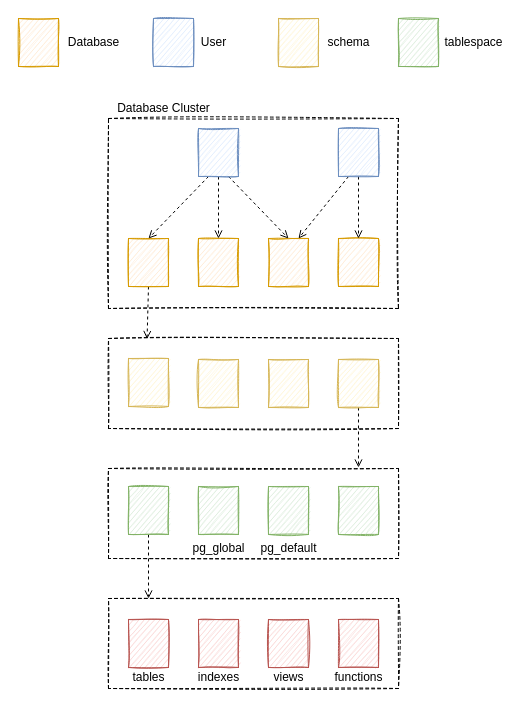
dovics/draw.io keeps this draw.io diagram as page "Page-1" (1 of 3) of postgresql/store.drawio. Above is the earlier version. Source tidied: cells renumbered, new cells numbered last; positions are measured from the earlier drawing's top-left corner, leaving out a move shared by most shapes. Both pictures are drawn from the tidied source at 100%, with x=0, y=0 at pixel (18, 18).
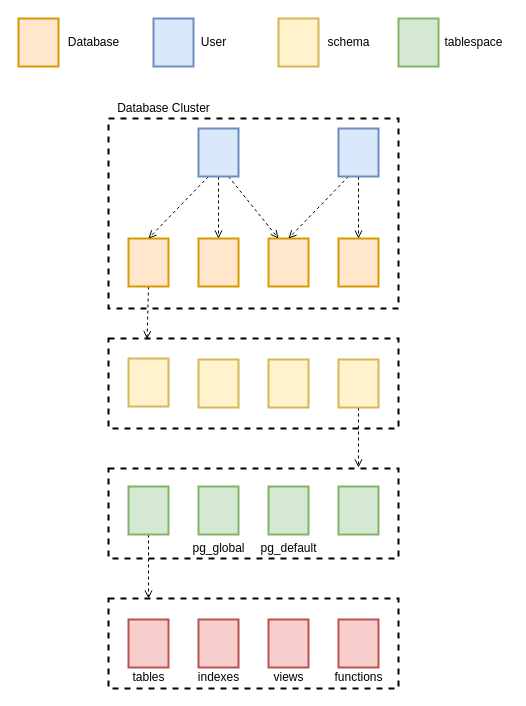
Above is the later version.

Change to the diagram source:
```diff
@@
-    <mxCell id="2" style="rounded=0;whiteSpace=wrap;html=1;sketch=1;fontSize=16;fillColor=none;dashed=1;" parent="1" vertex="1">
+    <mxCell id="2" style="rounded=0;whiteSpace=wrap;html=1;sketch=0;fontSize=16;fillColor=none;dashed=1;strokeWidth=2;" parent="1" vertex="1">
       <mxGeometry x="90" y="100" width="290" height="190" as="geometry" />
     </mxCell>
-    <mxCell id="3" style="edgeStyle=none;rounded=0;jettySize=auto;html=1;exitX=0.5;exitY=1;exitDx=0;exitDy=0;entryX=0.133;entryY=0.006;entryDx=0;entryDy=0;entryPerimeter=0;dashed=1;endArrow=open;endFill=0;" parent="1" edge="1" source="4" target="20">
+    <mxCell id="3" style="edgeStyle=none;rounded=0;jettySize=auto;html=1;exitX=0.5;exitY=1;exitDx=0;exitDy=0;entryX=0.133;entryY=0.006;entryDx=0;entryDy=0;entryPerimeter=0;dashed=1;endArrow=open;endFill=0;sketch=0;strokeWidth=1;" parent="1" edge="1" source="4" target="20">
       <mxGeometry relative="1" as="geometry" />
     </mxCell>
-    <mxCell id="4" style="rounded=0;whiteSpace=wrap;html=1;sketch=1;fontSize=16;fillColor=#ffe6cc;strokeColor=#d79b00;" parent="1" vertex="1">
+    <mxCell id="4" style="rounded=0;whiteSpace=wrap;html=1;sketch=0;fontSize=16;fillColor=#ffe6cc;strokeColor=#d79b00;strokeWidth=2;" parent="1" vertex="1">
       <mxGeometry x="110" y="220" width="40" height="48" as="geometry" />
     </mxCell>
-    <mxCell id="5" style="rounded=0;whiteSpace=wrap;html=1;sketch=1;fontSize=16;fillColor=#ffe6cc;strokeColor=#d79b00;" parent="1" vertex="1">
+    <mxCell id="5" style="rounded=0;whiteSpace=wrap;html=1;sketch=0;fontSize=16;fillColor=#ffe6cc;strokeColor=#d79b00;strokeWidth=2;" parent="1" vertex="1">
       <mxGeometry x="180" y="220" width="40" height="48" as="geometry" />
     </mxCell>
-    <mxCell id="6" style="rounded=0;whiteSpace=wrap;html=1;sketch=1;fontSize=16;fillColor=#ffe6cc;strokeColor=#d79b00;" parent="1" vertex="1">
+    <mxCell id="6" style="rounded=0;whiteSpace=wrap;html=1;sketch=0;fontSize=16;fillColor=#ffe6cc;strokeColor=#d79b00;strokeWidth=2;" parent="1" vertex="1">
       <mxGeometry x="250" y="220" width="40" height="48" as="geometry" />
     </mxCell>
-    <mxCell id="7" style="rounded=0;whiteSpace=wrap;html=1;sketch=1;fontSize=16;fillColor=#ffe6cc;strokeColor=#d79b00;" parent="1" vertex="1">
+    <mxCell id="7" style="rounded=0;whiteSpace=wrap;html=1;sketch=0;fontSize=16;fillColor=#ffe6cc;strokeColor=#d79b00;strokeWidth=2;" parent="1" vertex="1">
       <mxGeometry x="320" y="220" width="40" height="48" as="geometry" />
     </mxCell>
-    <mxCell id="8" style="rounded=0;jettySize=auto;html=1;exitX=0.25;exitY=1;exitDx=0;exitDy=0;entryX=0.5;entryY=0;entryDx=0;entryDy=0;dashed=1;endArrow=open;endFill=0;" parent="1" edge="1" source="11" target="4">
+    <mxCell id="8" style="rounded=0;jettySize=auto;html=1;exitX=0.25;exitY=1;exitDx=0;exitDy=0;entryX=0.5;entryY=0;entryDx=0;entryDy=0;dashed=1;endArrow=open;endFill=0;sketch=0;strokeWidth=1;" parent="1" edge="1" source="11" target="4">
       <mxGeometry relative="1" as="geometry" />
     </mxCell>
-    <mxCell id="9" style="edgeStyle=none;rounded=0;jettySize=auto;html=1;exitX=0.5;exitY=1;exitDx=0;exitDy=0;entryX=0.5;entryY=0;entryDx=0;entryDy=0;dashed=1;endArrow=open;endFill=0;" parent="1" edge="1" source="11" target="5">
+    <mxCell id="9" style="edgeStyle=none;rounded=0;jettySize=auto;html=1;exitX=0.5;exitY=1;exitDx=0;exitDy=0;entryX=0.5;entryY=0;entryDx=0;entryDy=0;dashed=1;endArrow=open;endFill=0;sketch=0;strokeWidth=1;" parent="1" edge="1" source="11" target="5">
       <mxGeometry relative="1" as="geometry" />
     </mxCell>
-    <mxCell id="10" style="edgeStyle=none;rounded=0;jettySize=auto;html=1;exitX=0.75;exitY=1;exitDx=0;exitDy=0;entryX=0.5;entryY=0;entryDx=0;entryDy=0;dashed=1;endArrow=open;endFill=0;" parent="1" edge="1" source="11" target="6">
+    <mxCell id="10" style="edgeStyle=none;rounded=0;jettySize=auto;html=1;exitX=0.75;exitY=1;exitDx=0;exitDy=0;entryX=0.25;entryY=0;entryDx=0;entryDy=0;dashed=1;endArrow=open;endFill=0;sketch=0;strokeWidth=1;" parent="1" edge="1" source="11" target="6">
       <mxGeometry relative="1" as="geometry" />
     </mxCell>
-    <mxCell id="11" style="rounded=0;whiteSpace=wrap;html=1;sketch=1;fontSize=16;fillColor=#dae8fc;strokeColor=#6c8ebf;" parent="1" vertex="1">
+    <mxCell id="11" style="rounded=0;whiteSpace=wrap;html=1;sketch=0;fontSize=16;fillColor=#dae8fc;strokeColor=#6c8ebf;strokeWidth=2;" parent="1" vertex="1">
       <mxGeometry x="180" y="110" width="40" height="48" as="geometry" />
     </mxCell>
-    <mxCell id="12" style="edgeStyle=none;rounded=0;jettySize=auto;html=1;exitX=0.5;exitY=1;exitDx=0;exitDy=0;entryX=0.5;entryY=0;entryDx=0;entryDy=0;dashed=1;endArrow=open;endFill=0;" parent="1" edge="1" source="14" target="7">
+    <mxCell id="12" style="edgeStyle=none;rounded=0;jettySize=auto;html=1;exitX=0.5;exitY=1;exitDx=0;exitDy=0;entryX=0.5;entryY=0;entryDx=0;entryDy=0;dashed=1;endArrow=open;endFill=0;sketch=0;strokeWidth=1;" parent="1" edge="1" source="14" target="7">
       <mxGeometry relative="1" as="geometry" />
     </mxCell>
-    <mxCell id="13" style="edgeStyle=none;rounded=0;jettySize=auto;html=1;exitX=0.25;exitY=1;exitDx=0;exitDy=0;entryX=0.75;entryY=0;entryDx=0;entryDy=0;dashed=1;endArrow=open;endFill=0;" parent="1" edge="1" source="14" target="6">
+    <mxCell id="13" style="edgeStyle=none;rounded=0;jettySize=auto;html=1;exitX=0.25;exitY=1;exitDx=0;exitDy=0;entryX=0.5;entryY=0;entryDx=0;entryDy=0;dashed=1;endArrow=open;endFill=0;sketch=0;strokeWidth=1;" parent="1" edge="1" source="14" target="6">
       <mxGeometry relative="1" as="geometry" />
     </mxCell>
-    <mxCell id="14" style="rounded=0;whiteSpace=wrap;html=1;sketch=1;fontSize=16;fillColor=#dae8fc;strokeColor=#6c8ebf;" parent="1" vertex="1">
+    <mxCell id="14" style="rounded=0;whiteSpace=wrap;html=1;sketch=0;fontSize=16;fillColor=#dae8fc;strokeColor=#6c8ebf;strokeWidth=2;" parent="1" vertex="1">
       <mxGeometry x="320" y="110" width="40" height="48" as="geometry" />
     </mxCell>
-    <mxCell id="15" value="Database Cluster" style="text;html=1;align=center;verticalAlign=middle;strokeColor=none;" parent="1" vertex="1">
+    <mxCell id="15" value="Database Cluster" style="text;html=1;align=center;verticalAlign=middle;strokeColor=none;sketch=0;strokeWidth=2;" parent="1" vertex="1">
       <mxGeometry x="90" y="80" width="110" height="20" as="geometry" />
     </mxCell>
-    <mxCell id="16" style="rounded=0;whiteSpace=wrap;html=1;sketch=1;fontSize=16;fillColor=#ffe6cc;strokeColor=#d79b00;" parent="1" vertex="1">
+    <mxCell id="16" style="rounded=0;whiteSpace=wrap;html=1;sketch=0;fontSize=16;fillColor=#ffe6cc;strokeColor=#d79b00;strokeWidth=2;" parent="1" vertex="1">
       <mxGeometry width="40" height="48" as="geometry" />
     </mxCell>
-    <mxCell id="17" value="Database" style="text;html=1;align=center;verticalAlign=middle;strokeColor=none;" parent="1" vertex="1">
+    <mxCell id="17" value="Database" style="text;html=1;align=center;verticalAlign=middle;strokeColor=none;sketch=0;strokeWidth=2;" parent="1" vertex="1">
       <mxGeometry x="40" y="14" width="70" height="20" as="geometry" />
     </mxCell>
-    <mxCell id="18" style="rounded=0;whiteSpace=wrap;html=1;sketch=1;fontSize=16;fillColor=#dae8fc;strokeColor=#6c8ebf;" parent="1" vertex="1">
+    <mxCell id="18" style="rounded=0;whiteSpace=wrap;html=1;sketch=0;fontSize=16;fillColor=#dae8fc;strokeColor=#6c8ebf;strokeWidth=2;" parent="1" vertex="1">
       <mxGeometry x="135" width="40" height="48" as="geometry" />
     </mxCell>
-    <mxCell id="19" value="User" style="text;html=1;align=center;verticalAlign=middle;strokeColor=none;" parent="1" vertex="1">
+    <mxCell id="19" value="User" style="text;html=1;align=center;verticalAlign=middle;strokeColor=none;sketch=0;strokeWidth=2;" parent="1" vertex="1">
       <mxGeometry x="175" y="14" width="40" height="20" as="geometry" />
     </mxCell>
-    <mxCell id="20" style="rounded=0;whiteSpace=wrap;html=1;sketch=1;fontSize=16;dashed=1;fillColor=none;" parent="1" vertex="1">
+    <mxCell id="20" style="rounded=0;whiteSpace=wrap;html=1;sketch=0;fontSize=16;dashed=1;fillColor=none;strokeWidth=2;" parent="1" vertex="1">
       <mxGeometry x="90" y="320" width="290" height="90" as="geometry" />
     </mxCell>
-    <mxCell id="21" style="rounded=0;whiteSpace=wrap;html=1;sketch=1;fontSize=16;fillColor=#fff2cc;strokeColor=#d6b656;" parent="1" vertex="1">
+    <mxCell id="21" style="rounded=0;whiteSpace=wrap;html=1;sketch=0;fontSize=16;fillColor=#fff2cc;strokeColor=#d6b656;strokeWidth=2;" parent="1" vertex="1">
       <mxGeometry x="260" width="40" height="48" as="geometry" />
     </mxCell>
-    <mxCell id="22" style="rounded=0;whiteSpace=wrap;html=1;sketch=1;fontSize=16;fillColor=#fff2cc;strokeColor=#d6b656;" parent="1" vertex="1">
+    <mxCell id="22" style="rounded=0;whiteSpace=wrap;html=1;sketch=0;fontSize=16;fillColor=#fff2cc;strokeColor=#d6b656;strokeWidth=2;" parent="1" vertex="1">
       <mxGeometry x="110" y="340" width="40" height="48" as="geometry" />
     </mxCell>
-    <mxCell id="23" value="schema" style="text;html=1;align=center;verticalAlign=middle;strokeColor=none;" parent="1" vertex="1">
+    <mxCell id="23" value="schema" style="text;html=1;align=center;verticalAlign=middle;strokeColor=none;sketch=0;strokeWidth=2;" parent="1" vertex="1">
       <mxGeometry x="300" y="14" width="60" height="20" as="geometry" />
     </mxCell>
-    <mxCell id="24" style="rounded=0;whiteSpace=wrap;html=1;sketch=1;fontSize=16;fillColor=#fff2cc;strokeColor=#d6b656;" parent="1" vertex="1">
+    <mxCell id="24" style="rounded=0;whiteSpace=wrap;html=1;sketch=0;fontSize=16;fillColor=#fff2cc;strokeColor=#d6b656;strokeWidth=2;" parent="1" vertex="1">
       <mxGeometry x="180" y="341" width="40" height="48" as="geometry" />
     </mxCell>
-    <mxCell id="25" style="rounded=0;whiteSpace=wrap;html=1;sketch=1;fontSize=16;fillColor=#fff2cc;strokeColor=#d6b656;" parent="1" vertex="1">
+    <mxCell id="25" style="rounded=0;whiteSpace=wrap;html=1;sketch=0;fontSize=16;fillColor=#fff2cc;strokeColor=#d6b656;strokeWidth=2;" parent="1" vertex="1">
       <mxGeometry x="250" y="341" width="40" height="48" as="geometry" />
     </mxCell>
-    <mxCell id="26" style="edgeStyle=none;rounded=0;jettySize=auto;html=1;exitX=0.5;exitY=1;exitDx=0;exitDy=0;entryX=0.862;entryY=-0.011;entryDx=0;entryDy=0;entryPerimeter=0;dashed=1;endArrow=open;endFill=0;" parent="1" edge="1" source="27" target="28">
+    <mxCell id="26" style="edgeStyle=none;rounded=0;jettySize=auto;html=1;exitX=0.5;exitY=1;exitDx=0;exitDy=0;entryX=0.862;entryY=-0.011;entryDx=0;entryDy=0;entryPerimeter=0;dashed=1;endArrow=open;endFill=0;sketch=0;strokeWidth=1;" parent="1" edge="1" source="27" target="28">
       <mxGeometry relative="1" as="geometry" />
     </mxCell>
-    <mxCell id="27" style="rounded=0;whiteSpace=wrap;html=1;sketch=1;fontSize=16;fillColor=#fff2cc;strokeColor=#d6b656;" parent="1" vertex="1">
+    <mxCell id="27" style="rounded=0;whiteSpace=wrap;html=1;sketch=0;fontSize=16;fillColor=#fff2cc;strokeColor=#d6b656;strokeWidth=2;" parent="1" vertex="1">
       <mxGeometry x="320" y="341" width="40" height="48" as="geometry" />
     </mxCell>
-    <mxCell id="28" style="rounded=0;whiteSpace=wrap;html=1;sketch=1;fontSize=16;dashed=1;fillColor=none;" parent="1" vertex="1">
+    <mxCell id="28" style="rounded=0;whiteSpace=wrap;html=1;sketch=0;fontSize=16;dashed=1;fillColor=none;strokeWidth=2;" parent="1" vertex="1">
       <mxGeometry x="90" y="450" width="290" height="90" as="geometry" />
     </mxCell>
-    <mxCell id="29" style="edgeStyle=none;rounded=0;jettySize=auto;html=1;exitX=0.5;exitY=1;exitDx=0;exitDy=0;entryX=0.138;entryY=0;entryDx=0;entryDy=0;entryPerimeter=0;dashed=1;endArrow=open;endFill=0;" parent="1" edge="1" source="30" target="38">
+    <mxCell id="29" style="edgeStyle=none;rounded=0;jettySize=auto;html=1;exitX=0.5;exitY=1;exitDx=0;exitDy=0;entryX=0.138;entryY=0;entryDx=0;entryDy=0;entryPerimeter=0;dashed=1;endArrow=open;endFill=0;sketch=0;strokeWidth=1;" parent="1" edge="1" source="30" target="38">
       <mxGeometry relative="1" as="geometry" />
     </mxCell>
-    <mxCell id="30" style="rounded=0;whiteSpace=wrap;html=1;sketch=1;fontSize=16;fillColor=#d5e8d4;strokeColor=#82b366;" parent="1" vertex="1">
+    <mxCell id="30" style="rounded=0;whiteSpace=wrap;html=1;sketch=0;fontSize=16;fillColor=#d5e8d4;strokeColor=#82b366;strokeWidth=2;" parent="1" vertex="1">
       <mxGeometry x="110" y="468" width="40" height="48" as="geometry" />
     </mxCell>
-    <mxCell id="31" style="rounded=0;whiteSpace=wrap;html=1;sketch=1;fontSize=16;fillColor=#d5e8d4;strokeColor=#82b366;" parent="1" vertex="1">
+    <mxCell id="31" style="rounded=0;whiteSpace=wrap;html=1;sketch=0;fontSize=16;fillColor=#d5e8d4;strokeColor=#82b366;strokeWidth=2;" parent="1" vertex="1">
       <mxGeometry x="180" y="468" width="40" height="48" as="geometry" />
     </mxCell>
-    <mxCell id="32" style="rounded=0;whiteSpace=wrap;html=1;sketch=1;fontSize=16;fillColor=#d5e8d4;strokeColor=#82b366;" parent="1" vertex="1">
+    <mxCell id="32" style="rounded=0;whiteSpace=wrap;html=1;sketch=0;fontSize=16;fillColor=#d5e8d4;strokeColor=#82b366;strokeWidth=2;" parent="1" vertex="1">
       <mxGeometry x="250" y="468" width="40" height="48" as="geometry" />
     </mxCell>
-    <mxCell id="33" style="rounded=0;whiteSpace=wrap;html=1;sketch=1;fontSize=16;fillColor=#d5e8d4;strokeColor=#82b366;" parent="1" vertex="1">
+    <mxCell id="33" style="rounded=0;whiteSpace=wrap;html=1;sketch=0;fontSize=16;fillColor=#d5e8d4;strokeColor=#82b366;strokeWidth=2;" parent="1" vertex="1">
       <mxGeometry x="320" y="468" width="40" height="48" as="geometry" />
     </mxCell>
-    <mxCell id="34" value="pg_default" style="text;html=1;align=center;verticalAlign=middle;strokeColor=none;" parent="1" vertex="1">
+    <mxCell id="34" value="pg_default" style="text;html=1;align=center;verticalAlign=middle;strokeColor=none;sketch=0;strokeWidth=2;" parent="1" vertex="1">
       <mxGeometry x="235" y="520" width="70" height="20" as="geometry" />
     </mxCell>
-    <mxCell id="35" value="pg_global" style="text;html=1;align=center;verticalAlign=middle;strokeColor=none;" parent="1" vertex="1">
+    <mxCell id="35" value="pg_global" style="text;html=1;align=center;verticalAlign=middle;strokeColor=none;sketch=0;strokeWidth=2;" parent="1" vertex="1">
       <mxGeometry x="165" y="520" width="70" height="20" as="geometry" />
     </mxCell>
-    <mxCell id="36" style="rounded=0;whiteSpace=wrap;html=1;sketch=1;fontSize=16;fillColor=#d5e8d4;strokeColor=#82b366;" parent="1" vertex="1">
+    <mxCell id="36" style="rounded=0;whiteSpace=wrap;html=1;sketch=0;fontSize=16;fillColor=#d5e8d4;strokeColor=#82b366;strokeWidth=2;" parent="1" vertex="1">
       <mxGeometry x="380" width="40" height="48" as="geometry" />
     </mxCell>
-    <mxCell id="37" value="tablespace" style="text;html=1;align=center;verticalAlign=middle;strokeColor=none;" parent="1" vertex="1">
+    <mxCell id="37" value="tablespace" style="text;html=1;align=center;verticalAlign=middle;strokeColor=none;sketch=0;strokeWidth=2;" parent="1" vertex="1">
       <mxGeometry x="420" y="14" width="70" height="20" as="geometry" />
     </mxCell>
-    <mxCell id="38" style="rounded=0;whiteSpace=wrap;html=1;sketch=1;fontSize=16;fillColor=none;dashed=1;" parent="1" vertex="1">
+    <mxCell id="38" style="rounded=0;whiteSpace=wrap;html=1;sketch=0;fontSize=16;fillColor=none;dashed=1;strokeWidth=2;" parent="1" vertex="1">
       <mxGeometry x="90" y="580" width="290" height="90" as="geometry" />
     </mxCell>
-    <mxCell id="39" style="rounded=0;whiteSpace=wrap;html=1;sketch=1;fontSize=16;fillColor=#f8cecc;strokeColor=#b85450;" parent="1" vertex="1">
+    <mxCell id="39" style="rounded=0;whiteSpace=wrap;html=1;sketch=0;fontSize=16;fillColor=#f8cecc;strokeColor=#b85450;strokeWidth=2;" parent="1" vertex="1">
       <mxGeometry x="110" y="601" width="40" height="48" as="geometry" />
     </mxCell>
-    <mxCell id="40" style="rounded=0;whiteSpace=wrap;html=1;sketch=1;fontSize=16;fillColor=#f8cecc;strokeColor=#b85450;" parent="1" vertex="1">
+    <mxCell id="40" style="rounded=0;whiteSpace=wrap;html=1;sketch=0;fontSize=16;fillColor=#f8cecc;strokeColor=#b85450;strokeWidth=2;" parent="1" vertex="1">
       <mxGeometry x="180" y="601" width="40" height="48" as="geometry" />
     </mxCell>
-    <mxCell id="41" style="rounded=0;whiteSpace=wrap;html=1;sketch=1;fontSize=16;fillColor=#f8cecc;strokeColor=#b85450;" parent="1" vertex="1">
+    <mxCell id="41" style="rounded=0;whiteSpace=wrap;html=1;sketch=0;fontSize=16;fillColor=#f8cecc;strokeColor=#b85450;strokeWidth=2;" parent="1" vertex="1">
       <mxGeometry x="250" y="601" width="40" height="48" as="geometry" />
     </mxCell>
-    <mxCell id="42" style="rounded=0;whiteSpace=wrap;html=1;sketch=1;fontSize=16;fillColor=#f8cecc;strokeColor=#b85450;" parent="1" vertex="1">
+    <mxCell id="42" style="rounded=0;whiteSpace=wrap;html=1;sketch=0;fontSize=16;fillColor=#f8cecc;strokeColor=#b85450;strokeWidth=2;" parent="1" vertex="1">
       <mxGeometry x="320" y="601" width="40" height="48" as="geometry" />
     </mxCell>
-    <mxCell id="43" value="tables" style="text;html=1;align=center;verticalAlign=middle;strokeColor=none;" parent="1" vertex="1">
+    <mxCell id="43" value="tables" style="text;html=1;align=center;verticalAlign=middle;strokeColor=none;sketch=0;strokeWidth=2;" parent="1" vertex="1">
       <mxGeometry x="105" y="649" width="50" height="20" as="geometry" />
     </mxCell>
-    <mxCell id="44" value="indexes" style="text;html=1;align=center;verticalAlign=middle;strokeColor=none;" parent="1" vertex="1">
+    <mxCell id="44" value="indexes" style="text;html=1;align=center;verticalAlign=middle;strokeColor=none;sketch=0;strokeWidth=2;" parent="1" vertex="1">
       <mxGeometry x="170" y="649" width="60" height="20" as="geometry" />
     </mxCell>
-    <mxCell id="45" value="views" style="text;html=1;align=center;verticalAlign=middle;strokeColor=none;" parent="1" vertex="1">
+    <mxCell id="45" value="views" style="text;html=1;align=center;verticalAlign=middle;strokeColor=none;sketch=0;strokeWidth=2;" parent="1" vertex="1">
       <mxGeometry x="245" y="649" width="50" height="20" as="geometry" />
     </mxCell>
-    <mxCell id="46" value="functions" style="text;html=1;align=center;verticalAlign=middle;strokeColor=none;" parent="1" vertex="1">
+    <mxCell id="46" value="functions" style="text;html=1;align=center;verticalAlign=middle;strokeColor=none;sketch=0;strokeWidth=2;" parent="1" vertex="1">
       <mxGeometry x="310" y="649" width="60" height="20" as="geometry" />
     </mxCell>
```
